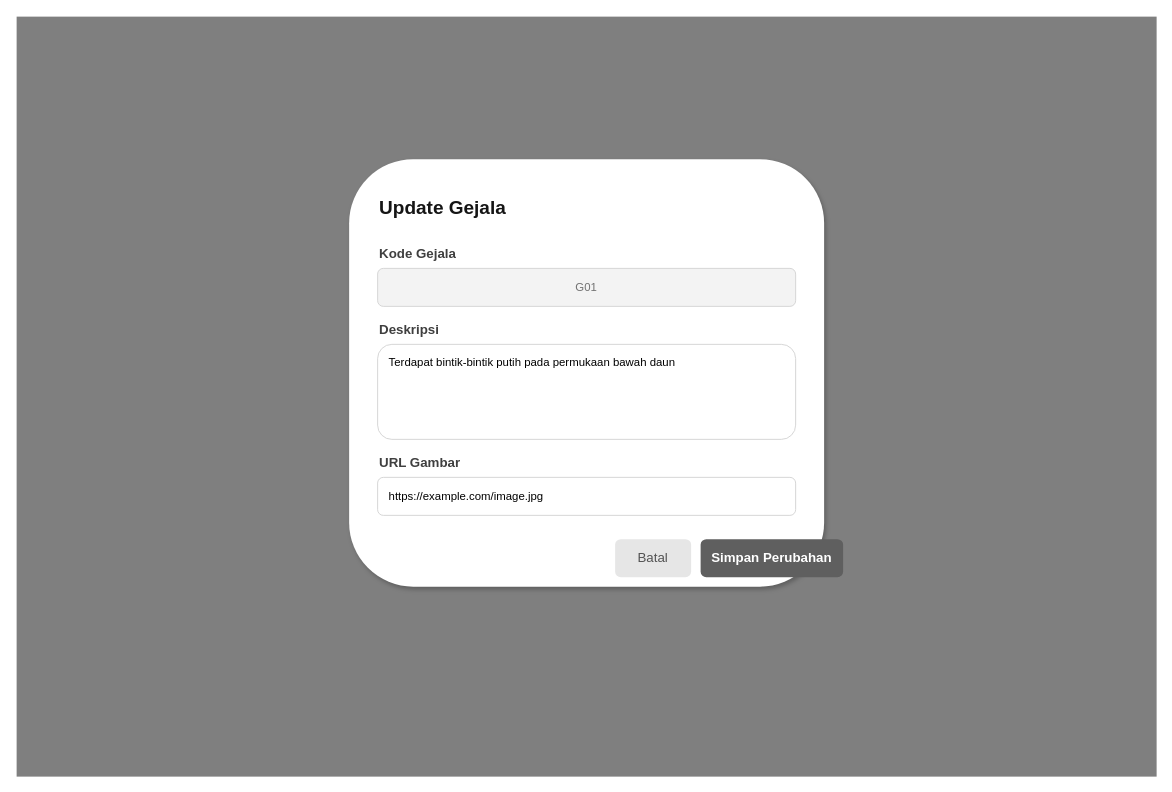
Earlier version of the draw.io diagram diagram/desain_backup/admin-update-gejala.drawio (RajaSunrise/kangkungku). Source tidied: cells renumbered, new cells numbered last; positions are measured from the earlier drawing's top-left corner, leaving out a move shared by most shapes. Both pictures are drawn from the tidied source at 95%, with x=0, y=0 at pixel (16, 16).
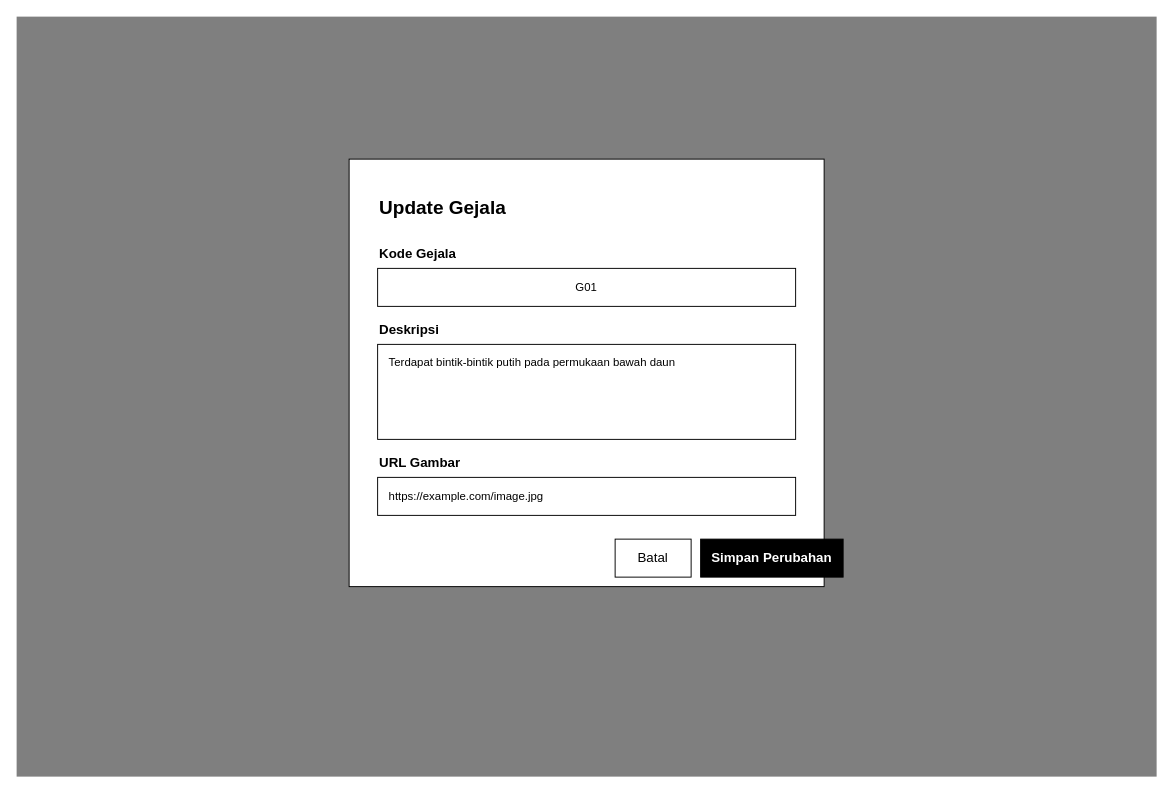
The same diagram, later.

Diff of the diagram source:
```diff
@@
 <mxGraphModel>
   <root>
     <mxCell id="0" />
     <mxCell id="1" parent="0" />
     <mxCell id="2" style="rounded=0;whiteSpace=wrap;html=1;fillColor=#000000;fillOpacity=50;strokeColor=none;" parent="1" vertex="1">
       <mxGeometry width="1200" height="800" as="geometry" />
     </mxCell>
-    <mxCell id="3" style="rounded=1;whiteSpace=wrap;html=1;fillColor=#FFFFFF;strokeColor=none;shadow=1;" parent="1" vertex="1">
+    <mxCell id="3" style="rounded=0;whiteSpace=wrap;html=1;fillColor=#FFFFFF;strokeColor=#000000;" parent="1" vertex="1">
       <mxGeometry x="350" y="150" width="500" height="450" as="geometry" />
     </mxCell>
-    <mxCell id="4" value="Update Gejala" style="text;html=1;strokeColor=none;fillColor=none;align=left;verticalAlign=middle;whiteSpace=wrap;rounded=0;fontColor=#151515;fontSize=20;fontStyle=1;" parent="1" vertex="1">
+    <mxCell id="4" value="Update Gejala" style="text;html=1;strokeColor=none;fillColor=none;align=left;verticalAlign=middle;whiteSpace=wrap;rounded=0;fontColor=#000000;fontSize=20;fontStyle=1;" parent="1" vertex="1">
       <mxGeometry x="380" y="180" width="300" height="40" as="geometry" />
     </mxCell>
-    <mxCell id="5" value="Kode Gejala" style="text;html=1;strokeColor=none;fillColor=none;align=left;verticalAlign=middle;whiteSpace=wrap;rounded=0;fontColor=#3F3F3F;fontSize=14;fontStyle=1;" parent="1" vertex="1">
+    <mxCell id="5" value="Kode Gejala" style="text;html=1;strokeColor=none;fillColor=none;align=left;verticalAlign=middle;whiteSpace=wrap;rounded=0;fontColor=#000000;fontSize=14;fontStyle=1;" parent="1" vertex="1">
       <mxGeometry x="380" y="240" width="150" height="20" as="geometry" />
     </mxCell>
-    <mxCell id="6" value="G01" style="rounded=1;whiteSpace=wrap;html=1;fillColor=#F3F3F3;strokeColor=#D4D4D4;fontColor=#717171;" parent="1" vertex="1">
+    <mxCell id="6" value="G01" style="rounded=0;whiteSpace=wrap;html=1;fillColor=#FFFFFF;strokeColor=#000000;fontColor=#000000;" parent="1" vertex="1">
       <mxGeometry x="380" y="265" width="440" height="40" as="geometry" />
     </mxCell>
-    <mxCell id="7" value="Deskripsi" style="text;html=1;strokeColor=none;fillColor=none;align=left;verticalAlign=middle;whiteSpace=wrap;rounded=0;fontColor=#3F3F3F;fontSize=14;fontStyle=1;" parent="1" vertex="1">
+    <mxCell id="7" value="Deskripsi" style="text;html=1;strokeColor=none;fillColor=none;align=left;verticalAlign=middle;whiteSpace=wrap;rounded=0;fontColor=#000000;fontSize=14;fontStyle=1;" parent="1" vertex="1">
       <mxGeometry x="380" y="320" width="150" height="20" as="geometry" />
     </mxCell>
-    <mxCell id="8" value="Terdapat bintik-bintik putih pada permukaan bawah daun" style="rounded=1;whiteSpace=wrap;html=1;fillColor=#FFFFFF;strokeColor=#D4D4D4;align=left;spacingLeft=10;verticalAlign=top;spacingTop=5;" parent="1" vertex="1">
+    <mxCell id="8" value="Terdapat bintik-bintik putih pada permukaan bawah daun" style="rounded=0;whiteSpace=wrap;html=1;fillColor=#FFFFFF;strokeColor=#000000;align=left;spacingLeft=10;verticalAlign=top;spacingTop=5;" parent="1" vertex="1">
       <mxGeometry x="380" y="345" width="440" height="100" as="geometry" />
     </mxCell>
-    <mxCell id="9" value="URL Gambar" style="text;html=1;strokeColor=none;fillColor=none;align=left;verticalAlign=middle;whiteSpace=wrap;rounded=0;fontColor=#3F3F3F;fontSize=14;fontStyle=1;" parent="1" vertex="1">
+    <mxCell id="9" value="URL Gambar" style="text;html=1;strokeColor=none;fillColor=none;align=left;verticalAlign=middle;whiteSpace=wrap;rounded=0;fontColor=#000000;fontSize=14;fontStyle=1;" parent="1" vertex="1">
       <mxGeometry x="380" y="460" width="150" height="20" as="geometry" />
     </mxCell>
-    <mxCell id="10" value="https://example.com/image.jpg" style="rounded=1;whiteSpace=wrap;html=1;fillColor=#FFFFFF;strokeColor=#D4D4D4;align=left;spacingLeft=10;" parent="1" vertex="1">
+    <mxCell id="10" value="https://example.com/image.jpg" style="rounded=0;whiteSpace=wrap;html=1;fillColor=#FFFFFF;strokeColor=#000000;align=left;spacingLeft=10;" parent="1" vertex="1">
       <mxGeometry x="380" y="485" width="440" height="40" as="geometry" />
     </mxCell>
-    <mxCell id="11" value="Batal" style="rounded=1;whiteSpace=wrap;html=1;fillColor=#E6E6E6;strokeColor=none;fontColor=#535353;fontSize=14;" parent="1" vertex="1">
+    <mxCell id="11" value="Batal" style="rounded=0;whiteSpace=wrap;html=1;fillColor=#FFFFFF;strokeColor=#000000;fontColor=#000000;fontSize=14;" parent="1" vertex="1">
       <mxGeometry x="630" y="550" width="80" height="40" as="geometry" />
     </mxCell>
-    <mxCell id="12" value="Simpan Perubahan" style="rounded=1;whiteSpace=wrap;html=1;fillColor=#5F5F5F;strokeColor=none;fontColor=#FFFFFF;fontStyle=1;fontSize=14;" parent="1" vertex="1">
+    <mxCell id="12" value="Simpan Perubahan" style="rounded=0;whiteSpace=wrap;html=1;fillColor=#000000;strokeColor=#000000;fontColor=#FFFFFF;fontStyle=1;fontSize=14;" parent="1" vertex="1">
       <mxGeometry x="720" y="550" width="150" height="40" as="geometry" />
     </mxCell>
   </root>
 </mxGraphModel>
```
